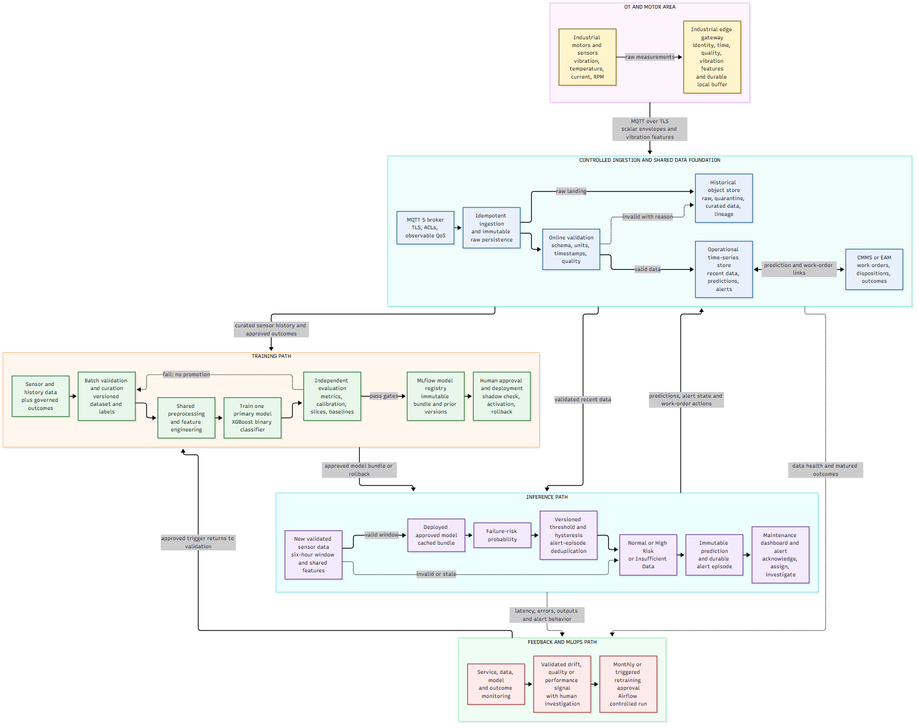
This is diagrams/architecture.png from Lucyfer7566/ddm501-assignment1, a Mermaid export, as it was before one commit. Its source is kept beside it as diagrams/architecture.mmd. The source it was exported from:
```mermaid
flowchart TB
    subgraph OT["OT AND MOTOR AREA"]
        direction LR
        SENS["Industrial motors and sensors<br/>vibration, temperature, current, RPM"]
        EDGE["Industrial edge gateway<br/>identity, time, quality, vibration features<br/>and durable local buffer"]
        SENS -->|raw measurements| EDGE
    end

    subgraph DATA["CONTROLLED INGESTION AND SHARED DATA FOUNDATION"]
        direction LR
        BROKER["MQTT 5 broker<br/>TLS, ACLs, observable QoS"]
        INGEST["Idempotent ingestion<br/>and immutable raw persistence"]
        ONLINEVAL["Online validation<br/>schema, units, timestamps, quality"]
        OPS["Operational time-series store<br/>recent data, predictions, alerts"]
        LAKE["Historical object store<br/>raw, quarantine, curated data, lineage"]
        CMMS["CMMS or EAM<br/>work orders, dispositions, outcomes"]

        BROKER --> INGEST
        INGEST --> ONLINEVAL
        INGEST -->|raw landing| LAKE
        ONLINEVAL -->|valid data| OPS
        ONLINEVAL -.->|invalid with reason| LAKE
        OPS <-->|prediction and work-order links| CMMS
    end

    subgraph TRAIN["TRAINING PATH"]
        direction LR
        HISTORY["Sensor and history data<br/>plus governed outcomes"]
        BATCHVAL["Batch validation and curation<br/>versioned dataset and labels"]
        FEATTRAIN["Shared preprocessing<br/>and feature engineering"]
        TRAINER["Train one primary model<br/>XGBoost binary classifier"]
        EVAL["Independent evaluation<br/>metrics, calibration, slices, baselines"]
        REGISTRY["MLflow model registry<br/>immutable bundle and prior versions"]
        DEPLOY["Human approval and deployment<br/>shadow check, activation, rollback"]

        HISTORY --> BATCHVAL
        BATCHVAL --> FEATTRAIN
        FEATTRAIN --> TRAINER
        TRAINER --> EVAL
        EVAL -->|pass gates| REGISTRY
        EVAL -.->|fail: no promotion| BATCHVAL
        REGISTRY --> DEPLOY
    end

    subgraph INFER["INFERENCE PATH"]
        direction LR
        ONLINEFEAT["New validated sensor data<br/>six-hour window and shared features"]
        SERVE["Deployed approved model<br/>cached bundle"]
        PROB["Failure-risk probability"]
        POLICY["Versioned threshold and hysteresis<br/>alert-episode deduplication"]
        CLASS["Normal or High Risk<br/>or Insufficient Data"]
        ALERT["Immutable prediction<br/>and durable alert episode"]
        DASH["Maintenance dashboard and alert<br/>acknowledge, assign, investigate"]

        ONLINEFEAT -->|valid window| SERVE
        ONLINEFEAT -.->|invalid or stale| CLASS
        SERVE --> PROB
        PROB --> POLICY
        POLICY --> CLASS
        CLASS --> ALERT
        ALERT --> DASH
    end

    subgraph FEEDBACK["FEEDBACK AND MLOPS PATH"]
        direction LR
        MON["Service, data, model<br/>and outcome monitoring"]
        SIGNAL["Validated drift, quality or performance signal<br/>with human investigation"]
        RETRAIN["Monthly or triggered retraining approval<br/>Airflow controlled run"]

        MON --> SIGNAL
        SIGNAL --> RETRAIN
    end

    OT -->|MQTT over TLS<br/>scalar envelopes and vibration features| DATA
    DATA -->|curated sensor history and approved outcomes| TRAIN
    DATA -->|validated recent data| INFER
    TRAIN -->|approved model bundle or rollback| INFER
    INFER -->|predictions, alert state and work-order actions| DATA
    DATA -.->|data health and matured outcomes| FEEDBACK
    INFER -.->|latency, errors, outputs and alert behavior| FEEDBACK
    FEEDBACK -->|approved trigger returns to validation| TRAIN

    classDef ot fill:#fff4cc,stroke:#8a6d00,color:#1f1f1f
    classDef data fill:#e8f1fb,stroke:#356a9a,color:#1f1f1f
    classDef train fill:#e8f7ea,stroke:#347a40,color:#1f1f1f
    classDef infer fill:#f4eafd,stroke:#74449a,color:#1f1f1f
    classDef feedback fill:#fdeaea,stroke:#9a4545,color:#1f1f1f

    class SENS,EDGE ot
    class BROKER,INGEST,ONLINEVAL,OPS,LAKE,CMMS data
    class HISTORY,BATCHVAL,FEATTRAIN,TRAINER,EVAL,REGISTRY,DEPLOY train
    class ONLINEFEAT,SERVE,PROB,POLICY,CLASS,ALERT,DASH infer
    class MON,SIGNAL,RETRAIN feedback
```
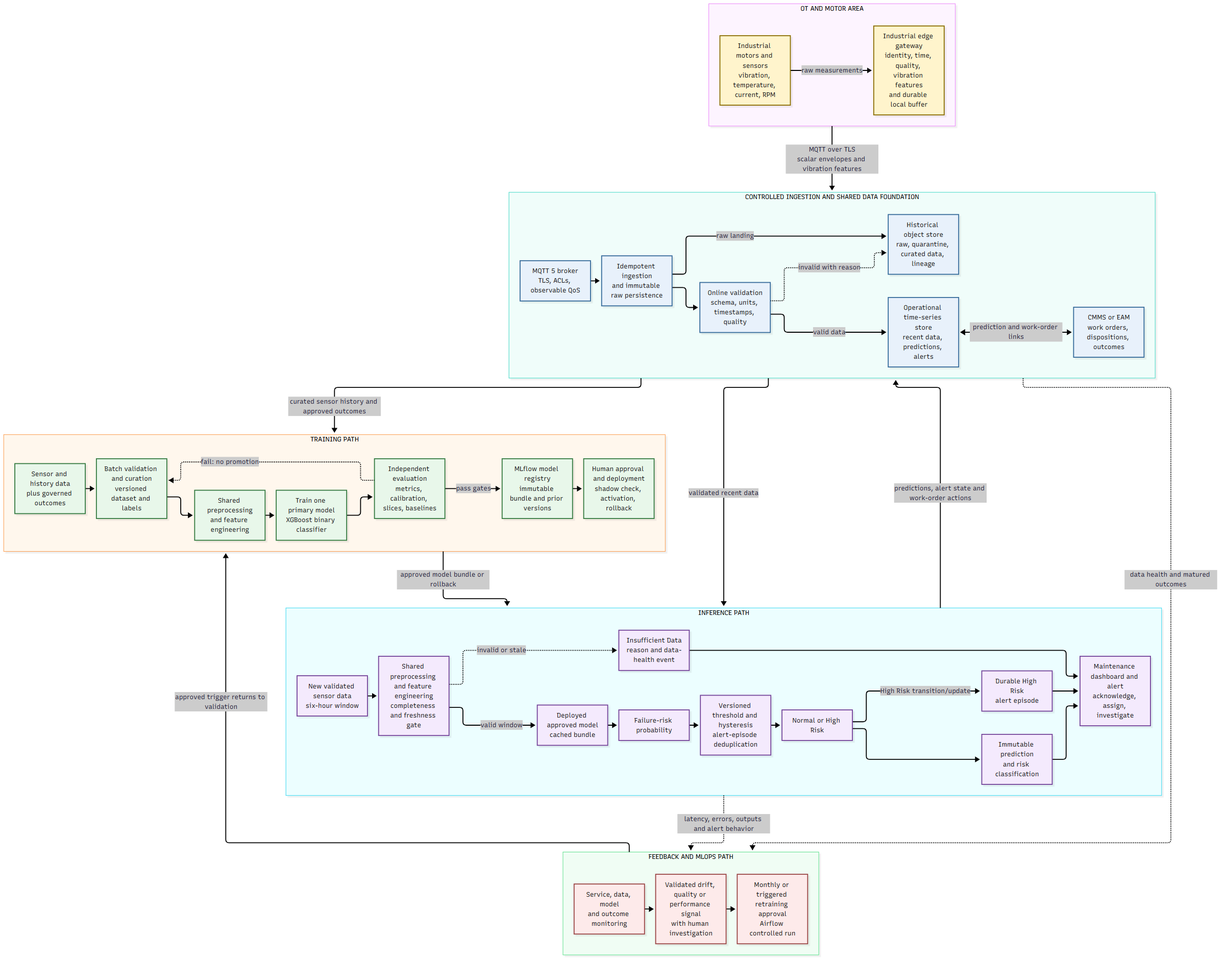
The same diagram one commit later.

The edit, as a diff of the source:
```diff
@@ -44,21 +44,28 @@
 
     subgraph INFER["INFERENCE PATH"]
         direction LR
-        ONLINEFEAT["New validated sensor data<br/>six-hour window and shared features"]
+        RECENT["New validated sensor data<br/>six-hour window"]
+        ONLINEFEAT["Shared preprocessing and feature engineering<br/>completeness and freshness gate"]
         SERVE["Deployed approved model<br/>cached bundle"]
         PROB["Failure-risk probability"]
         POLICY["Versioned threshold and hysteresis<br/>alert-episode deduplication"]
-        CLASS["Normal or High Risk<br/>or Insufficient Data"]
-        ALERT["Immutable prediction<br/>and durable alert episode"]
+        CLASS["Normal or High Risk"]
+        PRED["Immutable prediction<br/>and risk classification"]
+        INSUFFICIENT["Insufficient Data<br/>reason and data-health event"]
+        ALERT["Durable High Risk<br/>alert episode"]
         DASH["Maintenance dashboard and alert<br/>acknowledge, assign, investigate"]
 
+        RECENT --> ONLINEFEAT
         ONLINEFEAT -->|valid window| SERVE
-        ONLINEFEAT -.->|invalid or stale| CLASS
+        ONLINEFEAT -.->|invalid or stale| INSUFFICIENT
         SERVE --> PROB
         PROB --> POLICY
         POLICY --> CLASS
-        CLASS --> ALERT
+        CLASS --> PRED
+        PRED --> DASH
+        CLASS -->|High Risk transition/update| ALERT
         ALERT --> DASH
+        INSUFFICIENT --> DASH
     end
 
     subgraph FEEDBACK["FEEDBACK AND MLOPS PATH"]
@@ -89,5 +96,5 @@
     class SENS,EDGE ot
     class BROKER,INGEST,ONLINEVAL,OPS,LAKE,CMMS data
     class HISTORY,BATCHVAL,FEATTRAIN,TRAINER,EVAL,REGISTRY,DEPLOY train
-    class ONLINEFEAT,SERVE,PROB,POLICY,CLASS,ALERT,DASH infer
+    class RECENT,ONLINEFEAT,SERVE,PROB,POLICY,CLASS,PRED,INSUFFICIENT,ALERT,DASH infer
     class MON,SIGNAL,RETRAIN feedback
```
